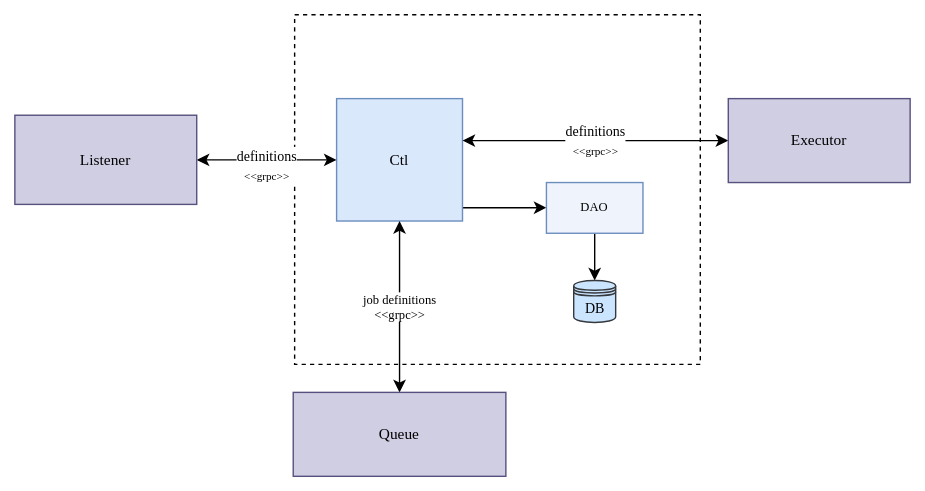
andrescosta/jobico-fn keeps this draw.io diagram as docs/img/Ctl.svg. Above is the earlier version. Source tidied: cells renumbered, new cells last; positions are measured from the earlier drawing's top-left corner, leaving out a move shared by most shapes. The source it was exported from:
```xml
<mxGraphModel>
  <root>
    <mxCell id="0" />
    <mxCell id="1" parent="0" />
    <mxCell id="2" style="rounded=0;whiteSpace=wrap;html=1;dashed=1;" parent="1" vertex="1">
      <mxGeometry x="200" width="290" height="250" as="geometry" />
    </mxCell>
    <mxCell id="3" style="edgeStyle=orthogonalEdgeStyle;jettySize=auto;html=1;rounded=0;curved=0;" parent="1" edge="1" source="4" target="13">
      <mxGeometry relative="1" as="geometry">
        <Array as="points">
          <mxPoint x="340" y="138" />
          <mxPoint x="340" y="138" />
        </Array>
      </mxGeometry>
    </mxCell>
    <mxCell id="4" value="Ctl" style="rounded=0;whiteSpace=wrap;html=1;labelBackgroundColor=none;fillColor=#dae8fc;strokeColor=#6c8ebf;fontFamily=Lucida Console;fontSize=11;" parent="1" vertex="1">
      <mxGeometry x="230" y="60" width="90" height="87.5" as="geometry" />
    </mxCell>
    <mxCell id="5" value="&lt;font style=&quot;&quot; face=&quot;Lucida Console&quot;&gt;&lt;font size=&quot;1&quot; style=&quot;&quot;&gt;definitions&lt;br&gt;&lt;/font&gt;&lt;font style=&quot;font-size: 8px;&quot;&gt;&amp;lt;&amp;lt;grpc&amp;gt;&amp;gt;&lt;/font&gt;&lt;/font&gt;" style="edgeStyle=orthogonalEdgeStyle;jettySize=auto;html=1;rounded=0;curved=0;endArrow=classic;endFill=1;startArrow=classic;startFill=1;" parent="1" edge="1" source="4" target="11">
      <mxGeometry relative="1" as="geometry">
        <Array as="points">
          <mxPoint x="380" y="90" />
          <mxPoint x="380" y="90" />
        </Array>
      </mxGeometry>
    </mxCell>
    <mxCell id="6" value="job definitions&lt;br style=&quot;font-size: 9px;&quot;&gt;&amp;lt;&amp;lt;grpc&amp;gt;&amp;gt;" style="edgeStyle=orthogonalEdgeStyle;jettySize=auto;html=1;startArrow=classic;startFill=1;fontFamily=Lucida Console;fontSize=9;" parent="1" edge="1" source="4" target="7">
      <mxGeometry relative="1" as="geometry" />
    </mxCell>
    <mxCell id="7" value="Queue" style="rounded=0;whiteSpace=wrap;html=1;labelBackgroundColor=none;fillColor=#d0cee2;strokeColor=#56517e;fontFamily=Lucida Console;fontSize=11;" parent="1" vertex="1">
      <mxGeometry x="199" y="270" width="152" height="60" as="geometry" />
    </mxCell>
    <mxCell id="8" style="edgeStyle=orthogonalEdgeStyle;jettySize=auto;html=1;startArrow=classic;startFill=1;" parent="1" edge="1" source="10" target="4">
      <mxGeometry relative="1" as="geometry" />
    </mxCell>
    <mxCell id="9" value="&lt;font style=&quot;border-color: var(--border-color); font-family: &amp;quot;Lucida Console&amp;quot;;&quot; size=&quot;1&quot;&gt;definitions&lt;br style=&quot;border-color: var(--border-color);&quot;&gt;&lt;/font&gt;&lt;font style=&quot;border-color: var(--border-color); font-family: &amp;quot;Lucida Console&amp;quot;; font-size: 8px;&quot;&gt;&amp;lt;&amp;lt;grpc&amp;gt;&amp;gt;&lt;/font&gt;" style="edgeLabel;html=1;align=center;verticalAlign=middle;" parent="8" vertex="1">
      <mxGeometry y="-4" relative="1" as="geometry">
        <mxPoint x="-1" as="offset" />
      </mxGeometry>
    </mxCell>
    <mxCell id="10" value="Listener" style="rounded=0;whiteSpace=wrap;html=1;labelBackgroundColor=none;fillColor=#d0cee2;strokeColor=#56517e;fontFamily=Lucida Console;fontSize=11;" parent="1" vertex="1">
      <mxGeometry y="71.9" width="130" height="63.8" as="geometry" />
    </mxCell>
    <mxCell id="11" value="Executor" style="rounded=0;whiteSpace=wrap;html=1;labelBackgroundColor=none;fillColor=#d0cee2;strokeColor=#56517e;fontFamily=Lucida Console;fontSize=11;" parent="1" vertex="1">
      <mxGeometry x="510" y="60" width="130" height="60" as="geometry" />
    </mxCell>
    <mxCell id="12" style="edgeStyle=orthogonalEdgeStyle;jettySize=auto;html=1;" parent="1" edge="1" source="13" target="14">
      <mxGeometry relative="1" as="geometry" />
    </mxCell>
    <mxCell id="13" value="DAO" style="rounded=0;whiteSpace=wrap;html=1;fontFamily=Lucida Console;fontSize=9;strokeColor=#6c8ebf;align=center;verticalAlign=middle;fontColor=default;labelBackgroundColor=none;fillColor=#EFF4FC;" parent="1" vertex="1">
      <mxGeometry x="380" y="120" width="69" height="36.2" as="geometry" />
    </mxCell>
    <mxCell id="14" value="DB" style="shape=datastore;whiteSpace=wrap;html=1;fontFamily=Lucida Console;fontSize=10;strokeColor=#36393d;strokeWidth=1;align=center;verticalAlign=middle;fontColor=default;fillColor=#cce5ff;" parent="1" vertex="1">
      <mxGeometry x="399.5" y="190" width="30" height="30" as="geometry" />
    </mxCell>
  </root>
</mxGraphModel>
```
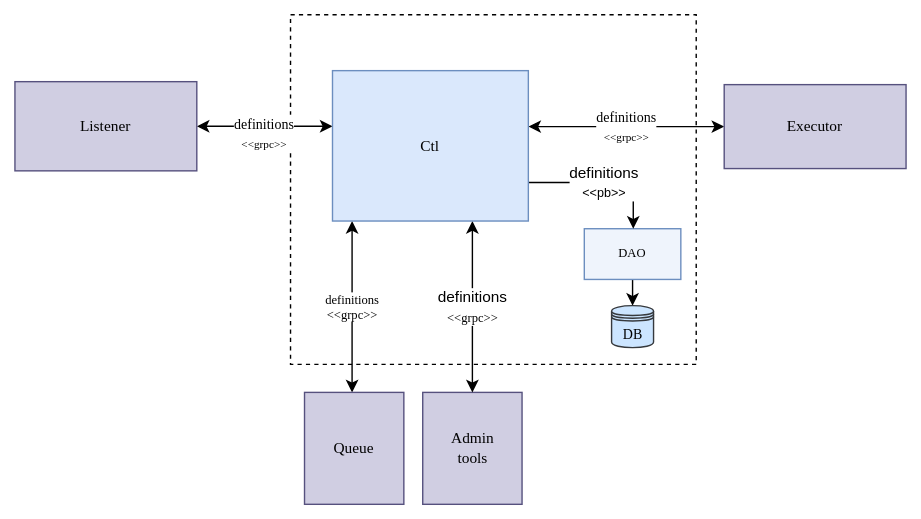
After the change.

Change to the diagram source:
```diff
@@ -5,33 +5,32 @@
     <mxCell id="2" style="rounded=0;whiteSpace=wrap;html=1;dashed=1;" parent="1" vertex="1">
       <mxGeometry x="200" width="290" height="250" as="geometry" />
     </mxCell>
-    <mxCell id="3" style="edgeStyle=orthogonalEdgeStyle;jettySize=auto;html=1;rounded=0;curved=0;" parent="1" edge="1" source="4" target="13">
-      <mxGeometry relative="1" as="geometry">
-        <Array as="points">
-          <mxPoint x="340" y="138" />
-          <mxPoint x="340" y="138" />
-        </Array>
-      </mxGeometry>
-    </mxCell>
-    <mxCell id="4" value="Ctl" style="rounded=0;whiteSpace=wrap;html=1;labelBackgroundColor=none;fillColor=#dae8fc;strokeColor=#6c8ebf;fontFamily=Lucida Console;fontSize=11;" parent="1" vertex="1">
-      <mxGeometry x="230" y="60" width="90" height="87.5" as="geometry" />
-    </mxCell>
-    <mxCell id="5" value="&lt;font style=&quot;&quot; face=&quot;Lucida Console&quot;&gt;&lt;font size=&quot;1&quot; style=&quot;&quot;&gt;definitions&lt;br&gt;&lt;/font&gt;&lt;font style=&quot;font-size: 8px;&quot;&gt;&amp;lt;&amp;lt;grpc&amp;gt;&amp;gt;&lt;/font&gt;&lt;/font&gt;" style="edgeStyle=orthogonalEdgeStyle;jettySize=auto;html=1;rounded=0;curved=0;endArrow=classic;endFill=1;startArrow=classic;startFill=1;" parent="1" edge="1" source="4" target="11">
+    <mxCell id="5" value="&lt;font style=&quot;&quot; face=&quot;Lucida Console&quot;&gt;&lt;font size=&quot;1&quot; style=&quot;&quot;&gt;definitions&lt;br&gt;&lt;/font&gt;&lt;font style=&quot;font-size: 8px;&quot;&gt;&amp;lt;&amp;lt;grpc&amp;gt;&amp;gt;&lt;/font&gt;&lt;/font&gt;" style="edgeStyle=orthogonalEdgeStyle;jettySize=auto;html=1;rounded=0;curved=0;endArrow=classic;endFill=1;startArrow=classic;startFill=1;" parent="1" edge="1" target="11">
       <mxGeometry relative="1" as="geometry">
+        <mxPoint x="370" y="80" as="sourcePoint" />
         <Array as="points">
-          <mxPoint x="380" y="90" />
-          <mxPoint x="380" y="90" />
+          <mxPoint x="380" y="80" />
+          <mxPoint x="380" y="80" />
         </Array>
       </mxGeometry>
     </mxCell>
-    <mxCell id="6" value="job definitions&lt;br style=&quot;font-size: 9px;&quot;&gt;&amp;lt;&amp;lt;grpc&amp;gt;&amp;gt;" style="edgeStyle=orthogonalEdgeStyle;jettySize=auto;html=1;startArrow=classic;startFill=1;fontFamily=Lucida Console;fontSize=9;" parent="1" edge="1" source="4" target="7">
-      <mxGeometry relative="1" as="geometry" />
+    <mxCell id="6" value="definitions&lt;br style=&quot;font-size: 9px;&quot;&gt;&amp;lt;&amp;lt;grpc&amp;gt;&amp;gt;" style="edgeStyle=orthogonalEdgeStyle;orthogonalLoop=1;jettySize=auto;html=1;startArrow=classic;startFill=1;fontFamily=Lucida Console;fontSize=9;" parent="1" edge="1">
+      <mxGeometry relative="1" as="geometry">
+        <mxPoint x="244" y="147.5" as="sourcePoint" />
+        <mxPoint x="244" y="270" as="targetPoint" />
+        <Array as="points">
+          <mxPoint x="244" y="180" />
+          <mxPoint x="244" y="180" />
+        </Array>
+      </mxGeometry>
     </mxCell>
     <mxCell id="7" value="Queue" style="rounded=0;whiteSpace=wrap;html=1;labelBackgroundColor=none;fillColor=#d0cee2;strokeColor=#56517e;fontFamily=Lucida Console;fontSize=11;" parent="1" vertex="1">
-      <mxGeometry x="199" y="270" width="152" height="60" as="geometry" />
+      <mxGeometry x="210" y="270" width="71" height="80" as="geometry" />
     </mxCell>
-    <mxCell id="8" style="edgeStyle=orthogonalEdgeStyle;jettySize=auto;html=1;startArrow=classic;startFill=1;" parent="1" edge="1" source="10" target="4">
-      <mxGeometry relative="1" as="geometry" />
+    <mxCell id="8" style="edgeStyle=orthogonalEdgeStyle;jettySize=auto;html=1;startArrow=classic;startFill=1;" parent="1" edge="1" source="10">
+      <mxGeometry relative="1" as="geometry">
+        <mxPoint x="230" y="79.8" as="targetPoint" />
+      </mxGeometry>
     </mxCell>
     <mxCell id="9" value="&lt;font style=&quot;border-color: var(--border-color); font-family: &amp;quot;Lucida Console&amp;quot;;&quot; size=&quot;1&quot;&gt;definitions&lt;br style=&quot;border-color: var(--border-color);&quot;&gt;&lt;/font&gt;&lt;font style=&quot;border-color: var(--border-color); font-family: &amp;quot;Lucida Console&amp;quot;; font-size: 8px;&quot;&gt;&amp;lt;&amp;lt;grpc&amp;gt;&amp;gt;&lt;/font&gt;" style="edgeLabel;html=1;align=center;verticalAlign=middle;" parent="8" vertex="1">
       <mxGeometry y="-4" relative="1" as="geometry">
@@ -39,19 +38,48 @@
       </mxGeometry>
     </mxCell>
     <mxCell id="10" value="Listener" style="rounded=0;whiteSpace=wrap;html=1;labelBackgroundColor=none;fillColor=#d0cee2;strokeColor=#56517e;fontFamily=Lucida Console;fontSize=11;" parent="1" vertex="1">
-      <mxGeometry y="71.9" width="130" height="63.8" as="geometry" />
+      <mxGeometry x="3" y="47.9" width="130" height="63.8" as="geometry" />
     </mxCell>
     <mxCell id="11" value="Executor" style="rounded=0;whiteSpace=wrap;html=1;labelBackgroundColor=none;fillColor=#d0cee2;strokeColor=#56517e;fontFamily=Lucida Console;fontSize=11;" parent="1" vertex="1">
-      <mxGeometry x="510" y="60" width="130" height="60" as="geometry" />
+      <mxGeometry x="510" y="50" width="130" height="60" as="geometry" />
     </mxCell>
     <mxCell id="12" style="edgeStyle=orthogonalEdgeStyle;jettySize=auto;html=1;" parent="1" edge="1" source="13" target="14">
       <mxGeometry relative="1" as="geometry" />
     </mxCell>
     <mxCell id="13" value="DAO" style="rounded=0;whiteSpace=wrap;html=1;fontFamily=Lucida Console;fontSize=9;strokeColor=#6c8ebf;align=center;verticalAlign=middle;fontColor=default;labelBackgroundColor=none;fillColor=#EFF4FC;" parent="1" vertex="1">
-      <mxGeometry x="380" y="120" width="69" height="36.2" as="geometry" />
+      <mxGeometry x="410" y="153" width="69" height="36.2" as="geometry" />
     </mxCell>
     <mxCell id="14" value="DB" style="shape=datastore;whiteSpace=wrap;html=1;fontFamily=Lucida Console;fontSize=10;strokeColor=#36393d;strokeWidth=1;align=center;verticalAlign=middle;fontColor=default;fillColor=#cce5ff;" parent="1" vertex="1">
-      <mxGeometry x="399.5" y="190" width="30" height="30" as="geometry" />
+      <mxGeometry x="429.5" y="208" width="30" height="30" as="geometry" />
     </mxCell>
+    <mxCell id="15" style="edgeStyle=orthogonalEdgeStyle;jettySize=auto;html=1;strokeColor=none;" parent="1" edge="1" source="16" target="4">
+      <mxGeometry relative="1" as="geometry">
+        <Array as="points">
+          <mxPoint x="370" y="190" />
+          <mxPoint x="275" y="190" />
+        </Array>
+      </mxGeometry>
+    </mxCell>
+    <mxCell id="16" value="Admin &lt;br&gt;tools" style="rounded=0;whiteSpace=wrap;html=1;labelBackgroundColor=none;fillColor=#d0cee2;strokeColor=#56517e;fontFamily=Lucida Console;fontSize=11;" parent="1" vertex="1">
+      <mxGeometry x="294.5" y="270" width="71" height="80" as="geometry" />
+    </mxCell>
+    <mxCell id="17" value="definitions&lt;br style=&quot;border-color: var(--border-color); font-family: &amp;quot;Lucida Console&amp;quot;; font-size: 9px;&quot;&gt;&lt;span style=&quot;font-family: &amp;quot;Lucida Console&amp;quot;; font-size: 9px;&quot;&gt;&amp;lt;&amp;lt;grpc&amp;gt;&amp;gt;&lt;/span&gt;" style="edgeStyle=orthogonalEdgeStyle;jettySize=auto;html=1;startArrow=classic;startFill=1;" parent="1" edge="1" source="4" target="16">
+      <mxGeometry relative="1" as="geometry">
+        <Array as="points">
+          <mxPoint x="330" y="180" />
+          <mxPoint x="330" y="180" />
+        </Array>
+      </mxGeometry>
+    </mxCell>
+    <mxCell id="3" value="definitions&lt;br&gt;&lt;font style=&quot;font-size: 9px;&quot;&gt;&amp;lt;&amp;lt;pb&amp;gt;&amp;gt;&lt;/font&gt;" style="edgeStyle=orthogonalEdgeStyle;jettySize=auto;html=1;rounded=0;curved=0;" parent="1" edge="1" source="4" target="13">
+      <mxGeometry relative="1" as="geometry">
+        <Array as="points">
+          <mxPoint x="445" y="120" />
+        </Array>
+      </mxGeometry>
+    </mxCell>
+    <mxCell id="4" value="Ctl" style="rounded=0;whiteSpace=wrap;html=1;labelBackgroundColor=none;fillColor=#dae8fc;strokeColor=#6c8ebf;fontFamily=Lucida Console;fontSize=11;" parent="1" vertex="1">
+      <mxGeometry x="230" y="40" width="140" height="107.5" as="geometry" />
+    </mxCell>
   </root>
 </mxGraphModel>
```
